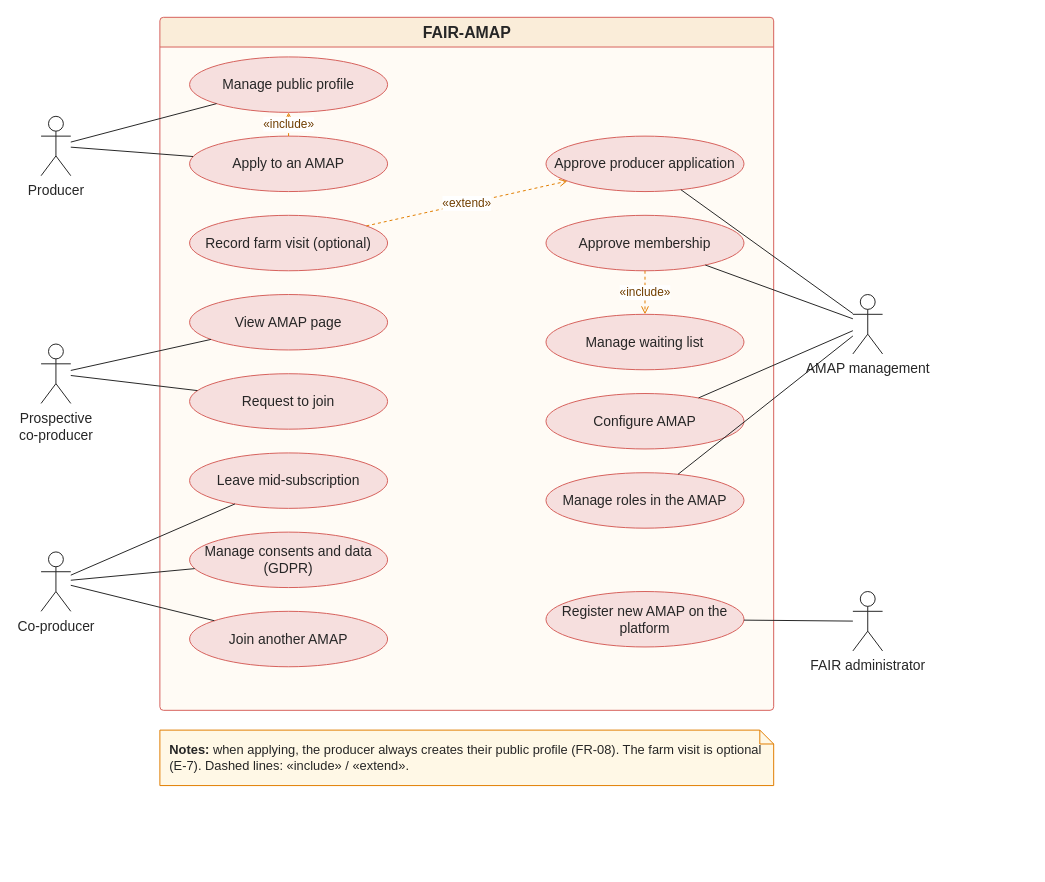
This is docs/requisitos/diagramas/casos_uso/CasosUsoRF01EN.drawio from BrunoAlvees/engreq_2627_G02, a draw.io file, before an edit. Source tidied: cells renumbered, new cells numbered last; positions are measured from the earlier drawing's top-left corner, leaving out a move shared by most shapes. Both pictures are drawn from the tidied source at 99%, with x=0, y=0 at pixel (41, 17).
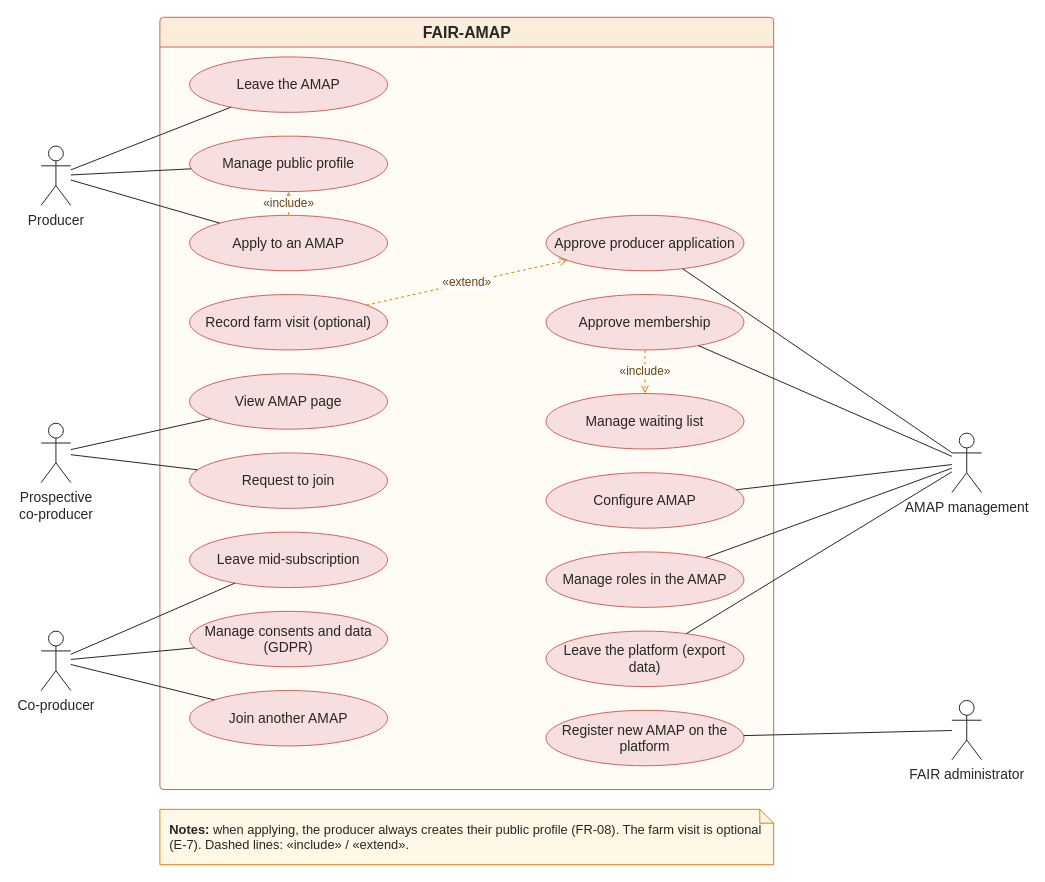
The same page after the edit.

Commit message (it also covers changes not shown here):
Update use case diagrams for RF01 in English and Portuguese

What changed in the source:
```diff
@@
     <mxCell id="2" value="FAIR-AMAP" style="swimlane;startSize=30;html=1;fontSize=16;fontStyle=1;fillColor=#FAEDD9;strokeColor=#D6615C;fontColor=#262626;swimlaneFillColor=#FFFBF5;rounded=1;arcSize=4;" parent="1" vertex="1">
-      <mxGeometry x="120" width="620" height="700" as="geometry" />
+      <mxGeometry x="120" width="620" height="780" as="geometry" />
     </mxCell>
+    <mxCell id="38" value="Leave the AMAP" style="ellipse;whiteSpace=wrap;html=1;fontSize=14;fillColor=#F6DFDE;strokeColor=#D6615C;fontColor=#262626;" parent="2" vertex="1">
+      <mxGeometry x="30" y="40" width="200" height="56" as="geometry" />
+    </mxCell>
     <mxCell id="3" value="Manage public profile" style="ellipse;whiteSpace=wrap;html=1;fontSize=14;fillColor=#F6DFDE;strokeColor=#D6615C;fontColor=#262626;" parent="2" vertex="1">
-      <mxGeometry x="30" y="40" width="200" height="56" as="geometry" />
+      <mxGeometry x="30" y="120" width="200" height="56" as="geometry" />
     </mxCell>
     <mxCell id="4" value="Apply to an AMAP" style="ellipse;whiteSpace=wrap;html=1;fontSize=14;fillColor=#F6DFDE;strokeColor=#D6615C;fontColor=#262626;" parent="2" vertex="1">
-      <mxGeometry x="30" y="120" width="200" height="56" as="geometry" />
+      <mxGeometry x="30" y="200" width="200" height="56" as="geometry" />
     </mxCell>
     <mxCell id="5" value="Record farm visit (optional)" style="ellipse;whiteSpace=wrap;html=1;fontSize=14;fillColor=#F6DFDE;strokeColor=#D6615C;fontColor=#262626;" parent="2" vertex="1">
-      <mxGeometry x="30" y="200" width="200" height="56" as="geometry" />
+      <mxGeometry x="30" y="280" width="200" height="56" as="geometry" />
     </mxCell>
     <mxCell id="6" value="View AMAP page" style="ellipse;whiteSpace=wrap;html=1;fontSize=14;fillColor=#F6DFDE;strokeColor=#D6615C;fontColor=#262626;" parent="2" vertex="1">
-      <mxGeometry x="30" y="280" width="200" height="56" as="geometry" />
+      <mxGeometry x="30" y="360" width="200" height="56" as="geometry" />
     </mxCell>
     <mxCell id="7" value="Request to join" style="ellipse;whiteSpace=wrap;html=1;fontSize=14;fillColor=#F6DFDE;strokeColor=#D6615C;fontColor=#262626;" parent="2" vertex="1">
-      <mxGeometry x="30" y="360" width="200" height="56" as="geometry" />
+      <mxGeometry x="30" y="440" width="200" height="56" as="geometry" />
     </mxCell>
     <mxCell id="8" value="Leave mid-subscription" style="ellipse;whiteSpace=wrap;html=1;fontSize=14;fillColor=#F6DFDE;strokeColor=#D6615C;fontColor=#262626;" parent="2" vertex="1">
-      <mxGeometry x="30" y="440" width="200" height="56" as="geometry" />
+      <mxGeometry x="30" y="520" width="200" height="56" as="geometry" />
     </mxCell>
     <mxCell id="9" value="Manage consents and data (GDPR)" style="ellipse;whiteSpace=wrap;html=1;fontSize=14;fillColor=#F6DFDE;strokeColor=#D6615C;fontColor=#262626;" parent="2" vertex="1">
-      <mxGeometry x="30" y="520" width="200" height="56" as="geometry" />
+      <mxGeometry x="30" y="600" width="200" height="56" as="geometry" />
     </mxCell>
     <mxCell id="10" value="Join another AMAP" style="ellipse;whiteSpace=wrap;html=1;fontSize=14;fillColor=#F6DFDE;strokeColor=#D6615C;fontColor=#262626;" parent="2" vertex="1">
-      <mxGeometry x="30" y="600" width="200" height="56" as="geometry" />
+      <mxGeometry x="30" y="680" width="200" height="56" as="geometry" />
     </mxCell>
     <mxCell id="11" value="Approve producer application" style="ellipse;whiteSpace=wrap;html=1;fontSize=14;fillColor=#F6DFDE;strokeColor=#D6615C;fontColor=#262626;" parent="2" vertex="1">
-      <mxGeometry x="390" y="120" width="200" height="56" as="geometry" />
+      <mxGeometry x="390" y="200" width="200" height="56" as="geometry" />
     </mxCell>
     <mxCell id="12" value="Approve membership" style="ellipse;whiteSpace=wrap;html=1;fontSize=14;fillColor=#F6DFDE;strokeColor=#D6615C;fontColor=#262626;" parent="2" vertex="1">
-      <mxGeometry x="390" y="200" width="200" height="56" as="geometry" />
+      <mxGeometry x="390" y="280" width="200" height="56" as="geometry" />
     </mxCell>
     <mxCell id="13" value="Manage waiting list" style="ellipse;whiteSpace=wrap;html=1;fontSize=14;fillColor=#F6DFDE;strokeColor=#D6615C;fontColor=#262626;" parent="2" vertex="1">
-      <mxGeometry x="390" y="300" width="200" height="56" as="geometry" />
+      <mxGeometry x="390" y="380" width="200" height="56" as="geometry" />
     </mxCell>
     <mxCell id="14" value="Configure AMAP" style="ellipse;whiteSpace=wrap;html=1;fontSize=14;fillColor=#F6DFDE;strokeColor=#D6615C;fontColor=#262626;" parent="2" vertex="1">
-      <mxGeometry x="390" y="380" width="200" height="56" as="geometry" />
+      <mxGeometry x="390" y="460" width="200" height="56" as="geometry" />
     </mxCell>
     <mxCell id="15" value="Manage roles in the AMAP" style="ellipse;whiteSpace=wrap;html=1;fontSize=14;fillColor=#F6DFDE;strokeColor=#D6615C;fontColor=#262626;" parent="2" vertex="1">
-      <mxGeometry x="390" y="460" width="200" height="56" as="geometry" />
+      <mxGeometry x="390" y="540" width="200" height="56" as="geometry" />
     </mxCell>
+    <mxCell id="39" value="Leave the platform (export data)" style="ellipse;whiteSpace=wrap;html=1;fontSize=14;fillColor=#F6DFDE;strokeColor=#D6615C;fontColor=#262626;" parent="2" vertex="1">
+      <mxGeometry x="390" y="620" width="200" height="56" as="geometry" />
+    </mxCell>
     <mxCell id="16" value="Register new AMAP on the platform" style="ellipse;whiteSpace=wrap;html=1;fontSize=14;fillColor=#F6DFDE;strokeColor=#D6615C;fontColor=#262626;" parent="2" vertex="1">
-      <mxGeometry x="390" y="580" width="200" height="56" as="geometry" />
+      <mxGeometry x="390" y="700" width="200" height="56" as="geometry" />
     </mxCell>
     <mxCell id="17" value="Producer" style="shape=umlActor;verticalLabelPosition=bottom;verticalAlign=top;html=1;fontSize=14;fillColor=#FFFFFF;strokeColor=#262626;fontColor=#262626;labelPerimeter=1;" parent="1" vertex="1">
-      <mxGeometry y="100" width="30" height="60" as="geometry" />
+      <mxGeometry y="130" width="30" height="60" as="geometry" />
     </mxCell>
     <mxCell id="18" value="Prospective&lt;br&gt;co-producer" style="shape=umlActor;verticalLabelPosition=bottom;verticalAlign=top;html=1;fontSize=14;fillColor=#FFFFFF;strokeColor=#262626;fontColor=#262626;labelPerimeter=1;" parent="1" vertex="1">
-      <mxGeometry y="330" width="30" height="60" as="geometry" />
+      <mxGeometry y="410" width="30" height="60" as="geometry" />
     </mxCell>
     <mxCell id="19" value="Co-producer" style="shape=umlActor;verticalLabelPosition=bottom;verticalAlign=top;html=1;fontSize=14;fillColor=#FFFFFF;strokeColor=#262626;fontColor=#262626;labelPerimeter=1;" parent="1" vertex="1">
-      <mxGeometry y="540" width="30" height="60" as="geometry" />
+      <mxGeometry y="620" width="30" height="60" as="geometry" />
     </mxCell>
     <mxCell id="20" value="AMAP management" style="shape=umlActor;verticalLabelPosition=bottom;verticalAlign=top;html=1;fontSize=14;fillColor=#FFFFFF;strokeColor=#262626;fontColor=#262626;labelPerimeter=1;" parent="1" vertex="1">
-      <mxGeometry x="820" y="280" width="30" height="60" as="geometry" />
+      <mxGeometry x="920" y="420" width="30" height="60" as="geometry" />
     </mxCell>
     <mxCell id="21" value="FAIR administrator" style="shape=umlActor;verticalLabelPosition=bottom;verticalAlign=top;html=1;fontSize=14;fillColor=#FFFFFF;strokeColor=#262626;fontColor=#262626;labelPerimeter=1;" parent="1" vertex="1">
-      <mxGeometry x="820" y="580" width="30" height="60" as="geometry" />
+      <mxGeometry x="920" y="690" width="30" height="60" as="geometry" />
     </mxCell>
+    <mxCell id="40" style="endArrow=none;html=1;strokeColor=#262626;" parent="1" edge="1" source="17" target="38">
+      <mxGeometry relative="1" as="geometry" />
+    </mxCell>
@@
+    <mxCell id="41" style="endArrow=none;html=1;strokeColor=#262626;" parent="1" edge="1" source="20" target="39">
+      <mxGeometry relative="1" as="geometry" />
+    </mxCell>
@@
     <mxCell id="37" value="&lt;b&gt;Notes:&lt;/b&gt; when applying, the producer always creates their public profile (FR-08). The farm visit is optional (E-7). Dashed lines: «include» / «extend»." style="shape=note;whiteSpace=wrap;html=1;size=14;fontSize=13;fillColor=#FFF8E6;strokeColor=#E17E00;fontColor=#262626;align=left;spacingLeft=8;" parent="1" vertex="1">
-      <mxGeometry x="120" y="720" width="620" height="56" as="geometry" />
+      <mxGeometry x="120" y="800" width="620" height="56" as="geometry" />
     </mxCell>
```
